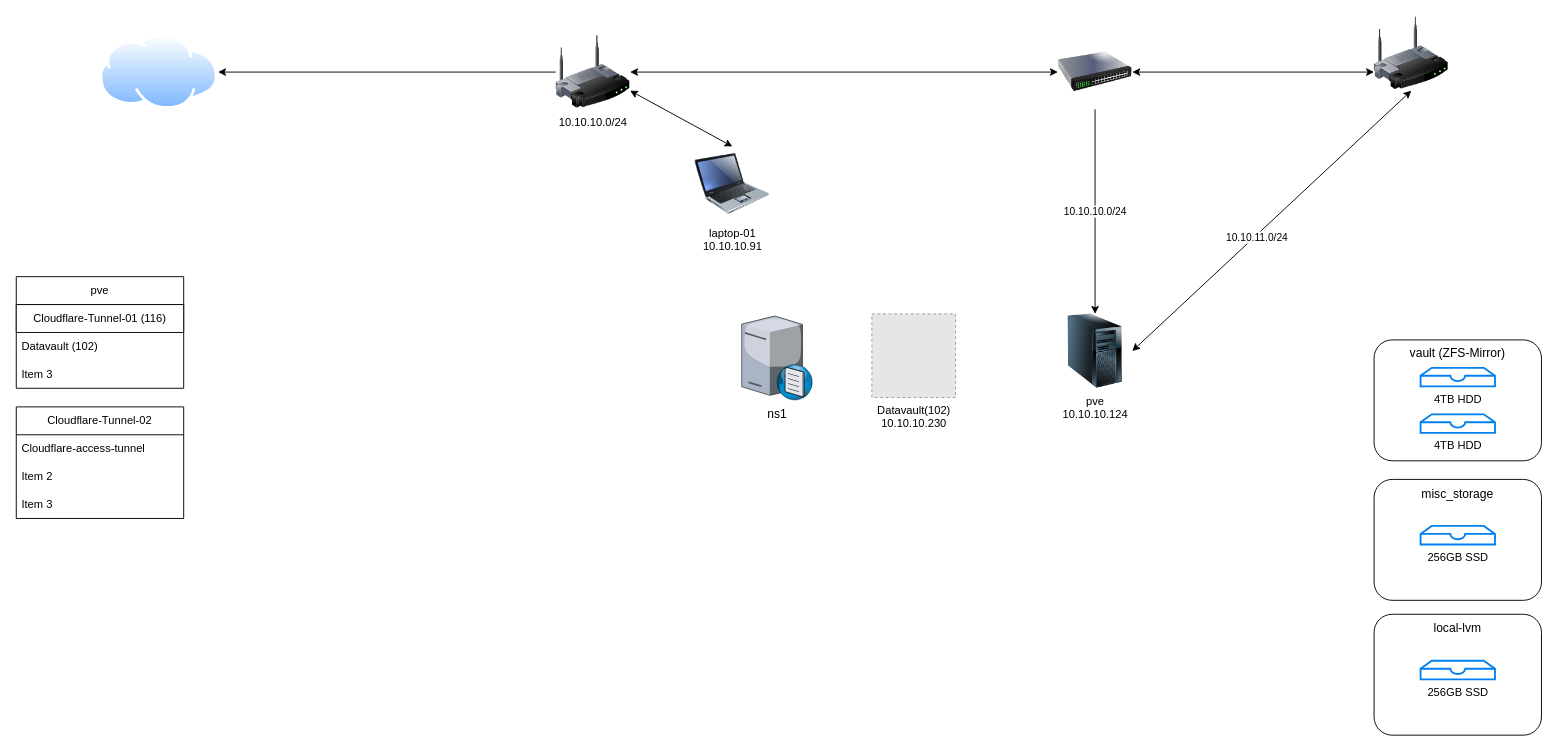
Before: drawio/slick.-homelab.drawio in Ghvinerias/homelab, a draw.io diagram. Source tidied: cells renumbered, new cells numbered last; positions are measured from the earlier drawing's top-left corner, leaving out a move shared by most shapes. Both pictures are drawn from the tidied source at 93%, with x=0, y=0 at pixel (16, 16). Pictures stored in the file or linked from it are replaced by grey dashed boxes.
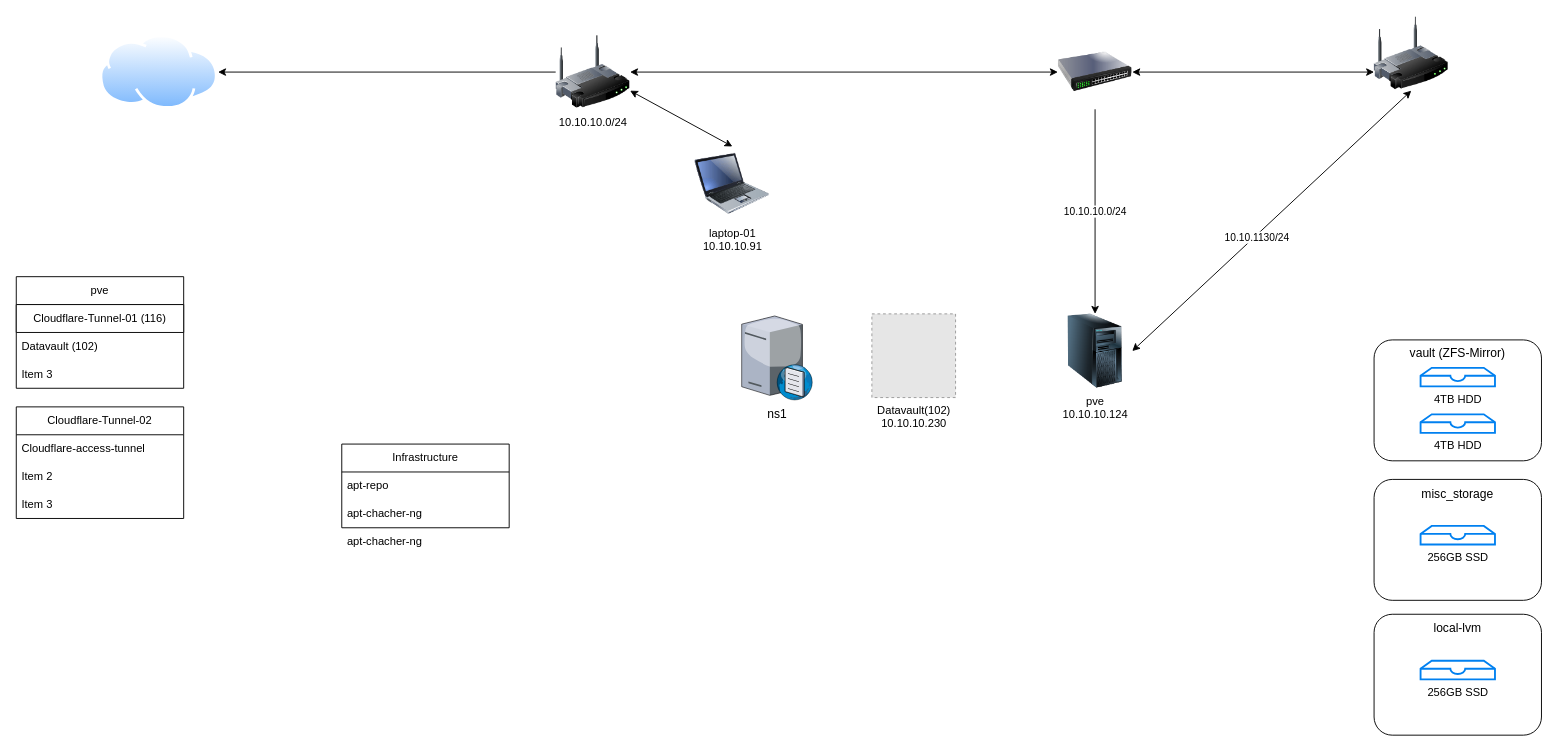
The same page after the edit.

The change refers to these unchanged cells:
```xml
<mxCell id="13" style="endArrow=classic;startArrow=classic;html=1;rounded=0;entryX=0.5;entryY=1;entryDx=0;entryDy=0;exitX=1;exitY=0.5;exitDx=0;exitDy=0;" parent="1" edge="1" source="3" target="6">
  <mxGeometry relative="1" as="geometry" />
</mxCell>
```

The edit, as a diff of the source:
```diff
@@
-    <mxCell id="14" value="&lt;div&gt;10.10.11.0/24&lt;/div&gt;" style="edgeLabel;html=1;align=center;verticalAlign=middle;" parent="13" vertex="1">
+    <mxCell id="14" value="&lt;div&gt;10.10.1130/24&lt;/div&gt;" style="edgeLabel;html=1;align=center;verticalAlign=middle;" parent="13" vertex="1">
       <mxGeometry x="-0.12" y="-2" relative="1" as="geometry" />
     </mxCell>
@@
+    <mxCell id="35" value="Infrastructure" style="swimlane;fontStyle=0;horizontal=1;startSize=30;whiteSpace=wrap;html=1;" parent="1" vertex="1">
+      <mxGeometry x="350" y="460" width="180" height="90" as="geometry" />
+    </mxCell>
+    <mxCell id="36" value="apt-repo" style="text;strokeColor=none;fillColor=none;align=left;verticalAlign=middle;spacingLeft=4;spacingRight=4;overflow=hidden;whiteSpace=wrap;html=1;" parent="35" vertex="1">
+      <mxGeometry y="30" width="180" height="30" as="geometry" />
+    </mxCell>
+    <mxCell id="37" value="apt-chacher-ng" style="text;strokeColor=none;fillColor=none;align=left;verticalAlign=middle;spacingLeft=4;spacingRight=4;overflow=hidden;whiteSpace=wrap;html=1;" parent="35" vertex="1">
+      <mxGeometry y="60" width="180" height="30" as="geometry" />
+    </mxCell>
+    <mxCell id="38" value="apt-chacher-ng" style="text;strokeColor=none;fillColor=none;align=left;verticalAlign=middle;spacingLeft=4;spacingRight=4;overflow=hidden;whiteSpace=wrap;html=1;" parent="1" vertex="1">
+      <mxGeometry x="350" y="550" width="180" height="30" as="geometry" />
+    </mxCell>
```
